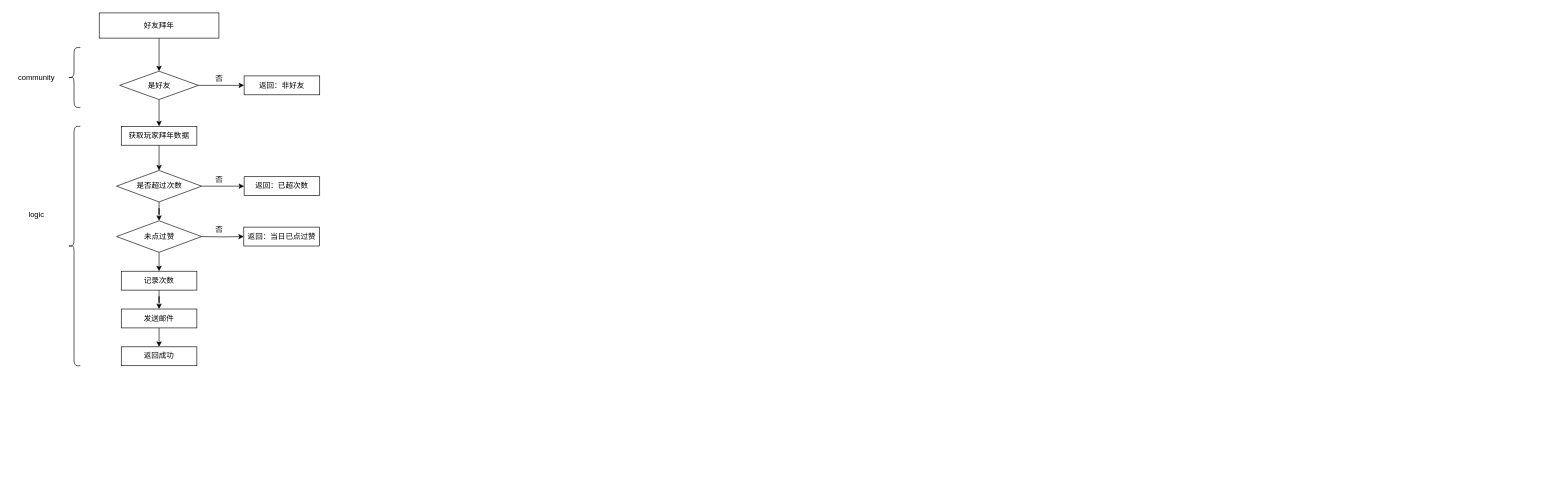
Ordertiny/graph keeps this draw.io diagram as SSJJ2/SSJJ2好友拜年&抢红包.drawio. Above is the earlier version. Source tidied: cells renumbered, new cells numbered last; positions are measured from the earlier drawing's top-left corner, leaving out a move shared by most shapes. Both pictures are drawn from the tidied source at 63%, with x=0, y=0 at pixel (11, 13).
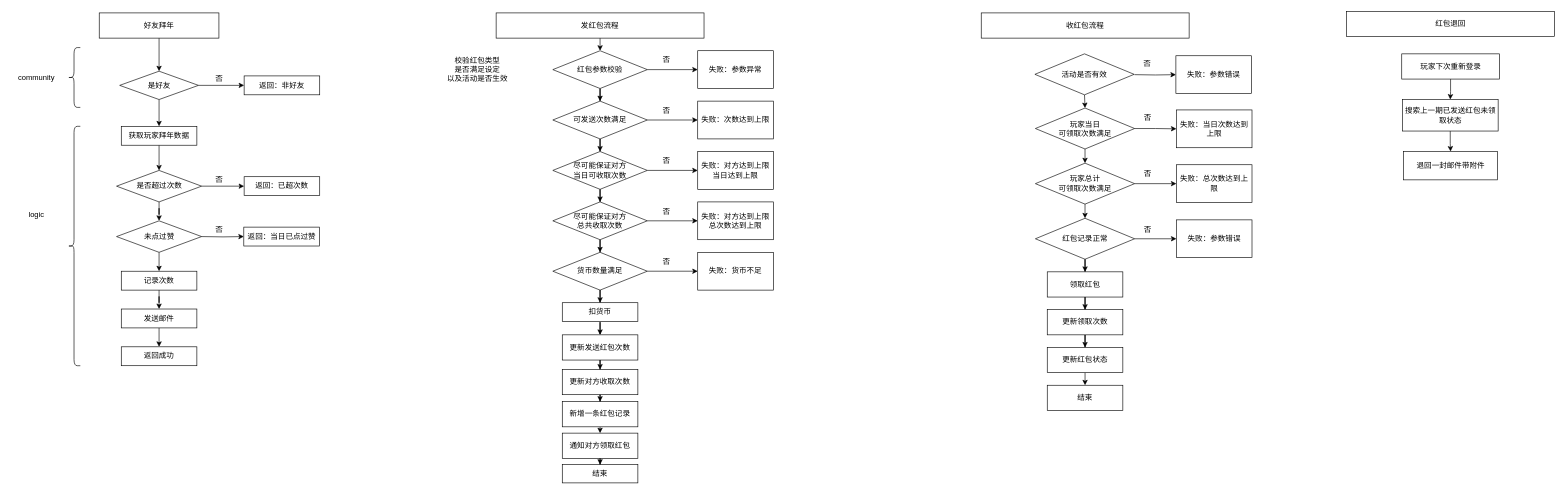
The same diagram, later.

Commit message:
更新SSJJ2好友拜年&抢红包.drawio

What changed in the source:
```diff
@@
+    <mxCell id="30" style="edgeStyle=orthogonalEdgeStyle;rounded=0;jettySize=auto;html=1;exitX=0.5;exitY=1;exitDx=0;exitDy=0;entryX=0.5;entryY=0;entryDx=0;entryDy=0;" parent="1" edge="1" source="31" target="34">
+      <mxGeometry relative="1" as="geometry" />
+    </mxCell>
+    <mxCell id="31" value="发红包流程" style="rounded=0;whiteSpace=wrap;html=1;" parent="1" vertex="1">
+      <mxGeometry x="770" width="330" height="40" as="geometry" />
+    </mxCell>
+    <mxCell id="32" style="edgeStyle=orthogonalEdgeStyle;rounded=0;jettySize=auto;html=1;exitX=0.5;exitY=1;exitDx=0;exitDy=0;" parent="1" edge="1" source="34" target="38">
+      <mxGeometry relative="1" as="geometry" />
+    </mxCell>
+    <mxCell id="33" style="edgeStyle=orthogonalEdgeStyle;rounded=0;jettySize=auto;html=1;exitX=1;exitY=0.5;exitDx=0;exitDy=0;" parent="1" edge="1" source="34" target="39">
+      <mxGeometry relative="1" as="geometry" />
+    </mxCell>
+    <mxCell id="34" value="红包参数校验" style="rhombus;whiteSpace=wrap;html=1;" parent="1" vertex="1">
+      <mxGeometry x="860" y="60" width="150" height="60" as="geometry" />
+    </mxCell>
+    <mxCell id="35" value="校验红包类型&lt;br&gt;是否满足设定&lt;br&gt;以及活动是否生效" style="text;html=1;align=center;verticalAlign=middle;strokeColor=none;fillColor=none;" parent="1" vertex="1">
+      <mxGeometry x="680" y="60" width="120" height="60" as="geometry" />
+    </mxCell>
+    <mxCell id="36" style="edgeStyle=orthogonalEdgeStyle;rounded=0;jettySize=auto;html=1;exitX=0.5;exitY=1;exitDx=0;exitDy=0;" parent="1" edge="1" source="38" target="43">
+      <mxGeometry relative="1" as="geometry" />
+    </mxCell>
+    <mxCell id="37" style="edgeStyle=orthogonalEdgeStyle;rounded=0;jettySize=auto;html=1;exitX=1;exitY=0.5;exitDx=0;exitDy=0;" parent="1" edge="1" source="38" target="40">
+      <mxGeometry relative="1" as="geometry" />
+    </mxCell>
+    <mxCell id="38" value="可发送次数满足" style="rhombus;whiteSpace=wrap;html=1;" parent="1" vertex="1">
+      <mxGeometry x="860" y="140" width="150" height="60" as="geometry" />
+    </mxCell>
+    <mxCell id="39" value="失败：参数异常" style="rounded=0;whiteSpace=wrap;html=1;" parent="1" vertex="1">
+      <mxGeometry x="1090" y="60" width="120" height="60" as="geometry" />
+    </mxCell>
+    <mxCell id="40" value="失败：次数达到上限" style="rounded=0;whiteSpace=wrap;html=1;" parent="1" vertex="1">
+      <mxGeometry x="1090" y="140" width="120" height="60" as="geometry" />
+    </mxCell>
+    <mxCell id="41" style="edgeStyle=orthogonalEdgeStyle;rounded=0;jettySize=auto;html=1;exitX=0.5;exitY=1;exitDx=0;exitDy=0;" parent="1" edge="1" source="43" target="47">
+      <mxGeometry relative="1" as="geometry" />
+    </mxCell>
+    <mxCell id="42" style="edgeStyle=orthogonalEdgeStyle;rounded=0;jettySize=auto;html=1;exitX=1;exitY=0.5;exitDx=0;exitDy=0;" parent="1" edge="1" source="43" target="44">
+      <mxGeometry relative="1" as="geometry" />
+    </mxCell>
+    <mxCell id="43" value="尽可能保证对方&lt;br&gt;当日可收取次数" style="rhombus;whiteSpace=wrap;html=1;" parent="1" vertex="1">
+      <mxGeometry x="860" y="220" width="150" height="60" as="geometry" />
+    </mxCell>
+    <mxCell id="44" value="失败：对方达到上限&lt;br&gt;当日达到上限" style="rounded=0;whiteSpace=wrap;html=1;" parent="1" vertex="1">
+      <mxGeometry x="1090" y="220" width="120" height="60" as="geometry" />
+    </mxCell>
+    <mxCell id="45" style="edgeStyle=orthogonalEdgeStyle;rounded=0;jettySize=auto;html=1;exitX=0.5;exitY=1;exitDx=0;exitDy=0;" parent="1" edge="1" source="47" target="51">
+      <mxGeometry relative="1" as="geometry" />
+    </mxCell>
+    <mxCell id="46" style="edgeStyle=orthogonalEdgeStyle;rounded=0;jettySize=auto;html=1;exitX=1;exitY=0.5;exitDx=0;exitDy=0;" parent="1" edge="1" source="47" target="48">
+      <mxGeometry relative="1" as="geometry" />
+    </mxCell>
+    <mxCell id="47" value="尽可能保证对方&lt;br&gt;总共收取次数" style="rhombus;whiteSpace=wrap;html=1;" parent="1" vertex="1">
+      <mxGeometry x="860" y="300" width="150" height="60" as="geometry" />
+    </mxCell>
+    <mxCell id="48" value="失败：对方达到上限&lt;br&gt;总次数达到上限" style="rounded=0;whiteSpace=wrap;html=1;" parent="1" vertex="1">
+      <mxGeometry x="1090" y="300" width="120" height="60" as="geometry" />
+    </mxCell>
+    <mxCell id="49" style="edgeStyle=orthogonalEdgeStyle;rounded=0;jettySize=auto;html=1;exitX=0.5;exitY=1;exitDx=0;exitDy=0;" parent="1" edge="1" source="51" target="54">
+      <mxGeometry relative="1" as="geometry" />
+    </mxCell>
+    <mxCell id="50" style="edgeStyle=orthogonalEdgeStyle;rounded=0;jettySize=auto;html=1;exitX=1;exitY=0.5;exitDx=0;exitDy=0;" parent="1" edge="1" source="51" target="52">
+      <mxGeometry relative="1" as="geometry" />
+    </mxCell>
+    <mxCell id="51" value="货币数量满足" style="rhombus;whiteSpace=wrap;html=1;" parent="1" vertex="1">
+      <mxGeometry x="860" y="380" width="150" height="60" as="geometry" />
+    </mxCell>
+    <mxCell id="52" value="失败：货币不足" style="rounded=0;whiteSpace=wrap;html=1;" parent="1" vertex="1">
+      <mxGeometry x="1090" y="380" width="120" height="60" as="geometry" />
+    </mxCell>
+    <mxCell id="53" style="edgeStyle=orthogonalEdgeStyle;rounded=0;jettySize=auto;html=1;exitX=0.5;exitY=1;exitDx=0;exitDy=0;" parent="1" edge="1" source="54" target="56">
+      <mxGeometry relative="1" as="geometry" />
+    </mxCell>
+    <mxCell id="54" value="扣货币" style="rounded=0;whiteSpace=wrap;html=1;" parent="1" vertex="1">
+      <mxGeometry x="875" y="460" width="120" height="30" as="geometry" />
+    </mxCell>
+    <mxCell id="55" style="edgeStyle=orthogonalEdgeStyle;rounded=0;jettySize=auto;html=1;exitX=0.5;exitY=1;exitDx=0;exitDy=0;" parent="1" edge="1" source="56" target="58">
+      <mxGeometry relative="1" as="geometry" />
+    </mxCell>
+    <mxCell id="56" value="更新发送红包次数" style="rounded=0;whiteSpace=wrap;html=1;" parent="1" vertex="1">
+      <mxGeometry x="875" y="511" width="120" height="40" as="geometry" />
+    </mxCell>
+    <mxCell id="57" style="edgeStyle=orthogonalEdgeStyle;rounded=0;jettySize=auto;html=1;exitX=0.5;exitY=1;exitDx=0;exitDy=0;" parent="1" edge="1" source="58" target="60">
+      <mxGeometry relative="1" as="geometry" />
+    </mxCell>
+    <mxCell id="58" value="更新对方收取次数" style="rounded=0;whiteSpace=wrap;html=1;" parent="1" vertex="1">
+      <mxGeometry x="875" y="566" width="120" height="40" as="geometry" />
+    </mxCell>
+    <mxCell id="59" style="edgeStyle=orthogonalEdgeStyle;rounded=0;jettySize=auto;html=1;exitX=0.5;exitY=1;exitDx=0;exitDy=0;entryX=0.5;entryY=0;entryDx=0;entryDy=0;" parent="1" edge="1" source="60" target="62">
+      <mxGeometry relative="1" as="geometry" />
+    </mxCell>
+    <mxCell id="60" value="新增一条红包记录" style="rounded=0;whiteSpace=wrap;html=1;" parent="1" vertex="1">
+      <mxGeometry x="875" y="617" width="120" height="40" as="geometry" />
+    </mxCell>
+    <mxCell id="61" style="edgeStyle=orthogonalEdgeStyle;rounded=0;jettySize=auto;html=1;exitX=0.5;exitY=1;exitDx=0;exitDy=0;" parent="1" edge="1" source="62" target="63">
+      <mxGeometry relative="1" as="geometry" />
+    </mxCell>
+    <mxCell id="62" value="通知对方领取红包" style="rounded=0;whiteSpace=wrap;html=1;" parent="1" vertex="1">
+      <mxGeometry x="875" y="667" width="120" height="40" as="geometry" />
+    </mxCell>
+    <mxCell id="63" value="结束" style="rounded=0;whiteSpace=wrap;html=1;" parent="1" vertex="1">
+      <mxGeometry x="875" y="717" width="120" height="29" as="geometry" />
+    </mxCell>
+    <mxCell id="64" value="收红包流程" style="rounded=0;whiteSpace=wrap;html=1;" parent="1" vertex="1">
+      <mxGeometry x="1540" width="330" height="40" as="geometry" />
+    </mxCell>
+    <mxCell id="65" style="edgeStyle=orthogonalEdgeStyle;rounded=0;jettySize=auto;html=1;exitX=0.5;exitY=1;exitDx=0;exitDy=0;entryX=0.5;entryY=0;entryDx=0;entryDy=0;" parent="1" edge="1" source="67" target="71">
+      <mxGeometry relative="1" as="geometry" />
+    </mxCell>
+    <mxCell id="66" style="edgeStyle=orthogonalEdgeStyle;rounded=0;jettySize=auto;html=1;exitX=1;exitY=0.5;exitDx=0;exitDy=0;" parent="1" edge="1" source="67" target="68">
+      <mxGeometry relative="1" as="geometry" />
+    </mxCell>
+    <mxCell id="67" value="玩家当日&lt;br&gt;可领取次数满足" style="rhombus;whiteSpace=wrap;html=1;" parent="1" vertex="1">
+      <mxGeometry x="1626" y="151" width="157.5" height="65" as="geometry" />
+    </mxCell>
+    <mxCell id="68" value="失败：当日次数达到上限" style="rounded=0;whiteSpace=wrap;html=1;" parent="1" vertex="1">
+      <mxGeometry x="1849.8" y="154" width="120" height="60" as="geometry" />
+    </mxCell>
+    <mxCell id="69" style="edgeStyle=orthogonalEdgeStyle;rounded=0;jettySize=auto;html=1;exitX=0.5;exitY=1;exitDx=0;exitDy=0;entryX=0.5;entryY=0;entryDx=0;entryDy=0;" parent="1" edge="1" source="71" target="75">
+      <mxGeometry relative="1" as="geometry" />
+    </mxCell>
+    <mxCell id="70" style="edgeStyle=orthogonalEdgeStyle;rounded=0;jettySize=auto;html=1;exitX=1;exitY=0.5;exitDx=0;exitDy=0;" parent="1" edge="1" source="71" target="72">
+      <mxGeometry relative="1" as="geometry" />
+    </mxCell>
+    <mxCell id="71" value="玩家总计&lt;br&gt;可领取次数满足" style="rhombus;whiteSpace=wrap;html=1;" parent="1" vertex="1">
+      <mxGeometry x="1626" y="238.5" width="157.5" height="65" as="geometry" />
+    </mxCell>
+    <mxCell id="72" value="失败：总次数达到上限" style="rounded=0;whiteSpace=wrap;html=1;" parent="1" vertex="1">
+      <mxGeometry x="1849.8" y="241" width="120" height="60" as="geometry" />
+    </mxCell>
+    <mxCell id="73" style="edgeStyle=orthogonalEdgeStyle;rounded=0;jettySize=auto;html=1;exitX=0.5;exitY=1;exitDx=0;exitDy=0;" parent="1" edge="1" source="75" target="78">
+      <mxGeometry relative="1" as="geometry" />
+    </mxCell>
+    <mxCell id="74" style="edgeStyle=orthogonalEdgeStyle;rounded=0;jettySize=auto;html=1;exitX=1;exitY=0.5;exitDx=0;exitDy=0;" parent="1" edge="1" source="75" target="76">
+      <mxGeometry relative="1" as="geometry" />
+    </mxCell>
+    <mxCell id="75" value="红包记录正常" style="rhombus;whiteSpace=wrap;html=1;" parent="1" vertex="1">
+      <mxGeometry x="1626" y="326" width="157.5" height="65" as="geometry" />
+    </mxCell>
+    <mxCell id="76" value="失败：参数错误" style="rounded=0;whiteSpace=wrap;html=1;" parent="1" vertex="1">
+      <mxGeometry x="1849.8" y="328.5" width="120" height="60" as="geometry" />
+    </mxCell>
+    <mxCell id="77" style="edgeStyle=orthogonalEdgeStyle;rounded=0;jettySize=auto;html=1;exitX=0.5;exitY=1;exitDx=0;exitDy=0;" parent="1" edge="1" source="78" target="80">
+      <mxGeometry relative="1" as="geometry" />
+    </mxCell>
+    <mxCell id="78" value="领取红包" style="rounded=0;whiteSpace=wrap;html=1;" parent="1" vertex="1">
+      <mxGeometry x="1644.8" y="411" width="120" height="40" as="geometry" />
+    </mxCell>
+    <mxCell id="79" style="edgeStyle=orthogonalEdgeStyle;rounded=0;jettySize=auto;html=1;exitX=0.5;exitY=1;exitDx=0;exitDy=0;" parent="1" edge="1" source="80" target="82">
+      <mxGeometry relative="1" as="geometry" />
+    </mxCell>
+    <mxCell id="80" value="更新领取次数" style="rounded=0;whiteSpace=wrap;html=1;" parent="1" vertex="1">
+      <mxGeometry x="1644.8" y="471" width="120" height="40" as="geometry" />
+    </mxCell>
+    <mxCell id="81" style="edgeStyle=orthogonalEdgeStyle;rounded=0;jettySize=auto;html=1;exitX=0.5;exitY=1;exitDx=0;exitDy=0;entryX=0.5;entryY=0;entryDx=0;entryDy=0;" parent="1" edge="1" source="82" target="83">
+      <mxGeometry relative="1" as="geometry" />
+    </mxCell>
+    <mxCell id="82" value="更新红包状态" style="rounded=0;whiteSpace=wrap;html=1;" parent="1" vertex="1">
+      <mxGeometry x="1644.8" y="531" width="120" height="40" as="geometry" />
+    </mxCell>
+    <mxCell id="83" value="结束" style="rounded=0;whiteSpace=wrap;html=1;" parent="1" vertex="1">
+      <mxGeometry x="1644.8" y="591" width="120" height="40" as="geometry" />
+    </mxCell>
+    <mxCell id="84" value="否" style="text;html=1;align=center;verticalAlign=middle;strokeColor=none;fillColor=none;" parent="1" vertex="1">
+      <mxGeometry x="1020" y="60" width="40" height="30" as="geometry" />
+    </mxCell>
+    <mxCell id="85" value="否" style="text;html=1;align=center;verticalAlign=middle;strokeColor=none;fillColor=none;" parent="1" vertex="1">
+      <mxGeometry x="1020" y="140" width="40" height="30" as="geometry" />
+    </mxCell>
+    <mxCell id="86" value="否" style="text;html=1;align=center;verticalAlign=middle;strokeColor=none;fillColor=none;" parent="1" vertex="1">
+      <mxGeometry x="1020" y="220" width="40" height="30" as="geometry" />
+    </mxCell>
+    <mxCell id="87" value="否" style="text;html=1;align=center;verticalAlign=middle;strokeColor=none;fillColor=none;" parent="1" vertex="1">
+      <mxGeometry x="1020" y="300" width="40" height="30" as="geometry" />
+    </mxCell>
+    <mxCell id="88" value="否" style="text;html=1;align=center;verticalAlign=middle;strokeColor=none;fillColor=none;" parent="1" vertex="1">
+      <mxGeometry x="1020" y="380" width="40" height="30" as="geometry" />
+    </mxCell>
+    <mxCell id="89" value="否" style="text;html=1;align=center;verticalAlign=middle;strokeColor=none;fillColor=none;" parent="1" vertex="1">
+      <mxGeometry x="1783.5" y="151" width="40" height="30" as="geometry" />
+    </mxCell>
+    <mxCell id="90" value="否" style="text;html=1;align=center;verticalAlign=middle;strokeColor=none;fillColor=none;" parent="1" vertex="1">
+      <mxGeometry x="1783.5" y="241" width="40" height="30" as="geometry" />
+    </mxCell>
+    <mxCell id="91" value="否" style="text;html=1;align=center;verticalAlign=middle;strokeColor=none;fillColor=none;" parent="1" vertex="1">
+      <mxGeometry x="1783.5" y="328.5" width="40" height="30" as="geometry" />
+    </mxCell>
+    <mxCell id="92" value="红包退回" style="rounded=0;whiteSpace=wrap;html=1;" parent="1" vertex="1">
+      <mxGeometry x="2120" y="-2.5" width="330" height="40" as="geometry" />
+    </mxCell>
+    <mxCell id="93" style="edgeStyle=orthogonalEdgeStyle;rounded=0;jettySize=auto;html=1;exitX=0.5;exitY=1;exitDx=0;exitDy=0;" parent="1" edge="1" source="94" target="96">
+      <mxGeometry relative="1" as="geometry" />
+    </mxCell>
+    <mxCell id="94" value="玩家下次重新登录" style="rounded=0;whiteSpace=wrap;html=1;" parent="1" vertex="1">
+      <mxGeometry x="2207.5" y="65" width="155" height="40" as="geometry" />
+    </mxCell>
+    <mxCell id="95" style="edgeStyle=orthogonalEdgeStyle;rounded=0;jettySize=auto;html=1;exitX=0.5;exitY=1;exitDx=0;exitDy=0;" parent="1" edge="1" source="96" target="97">
+      <mxGeometry relative="1" as="geometry" />
+    </mxCell>
+    <mxCell id="96" value="搜索上一期已发送红包未领取状态" style="rounded=0;whiteSpace=wrap;html=1;" parent="1" vertex="1">
+      <mxGeometry x="2208.5" y="137.5" width="152" height="50" as="geometry" />
+    </mxCell>
+    <mxCell id="97" value="退回一封邮件带附件" style="rounded=0;whiteSpace=wrap;html=1;" parent="1" vertex="1">
+      <mxGeometry x="2210.5" y="220" width="149" height="45" as="geometry" />
+    </mxCell>
+    <mxCell id="98" style="edgeStyle=orthogonalEdgeStyle;rounded=0;jettySize=auto;html=1;exitX=0.5;exitY=1;exitDx=0;exitDy=0;entryX=0.5;entryY=0;entryDx=0;entryDy=0;" parent="1" edge="1" source="99" target="67">
+      <mxGeometry relative="1" as="geometry" />
+    </mxCell>
+    <mxCell id="99" value="活动是否有效" style="rhombus;whiteSpace=wrap;html=1;" parent="1" vertex="1">
+      <mxGeometry x="1625.2" y="65" width="157.5" height="65" as="geometry" />
+    </mxCell>
+    <mxCell id="100" style="edgeStyle=orthogonalEdgeStyle;rounded=0;jettySize=auto;html=1;exitX=1;exitY=0.5;exitDx=0;exitDy=0;" parent="1" edge="1" target="101">
+      <mxGeometry relative="1" as="geometry">
+        <mxPoint x="1783.2" y="98" as="sourcePoint" />
+      </mxGeometry>
+    </mxCell>
+    <mxCell id="101" value="失败：参数错误" style="rounded=0;whiteSpace=wrap;html=1;" parent="1" vertex="1">
+      <mxGeometry x="1849" y="68" width="120" height="60" as="geometry" />
+    </mxCell>
+    <mxCell id="102" value="否" style="text;html=1;align=center;verticalAlign=middle;strokeColor=none;fillColor=none;" parent="1" vertex="1">
+      <mxGeometry x="1782.8" y="65" width="40" height="30" as="geometry" />
+    </mxCell>
```
